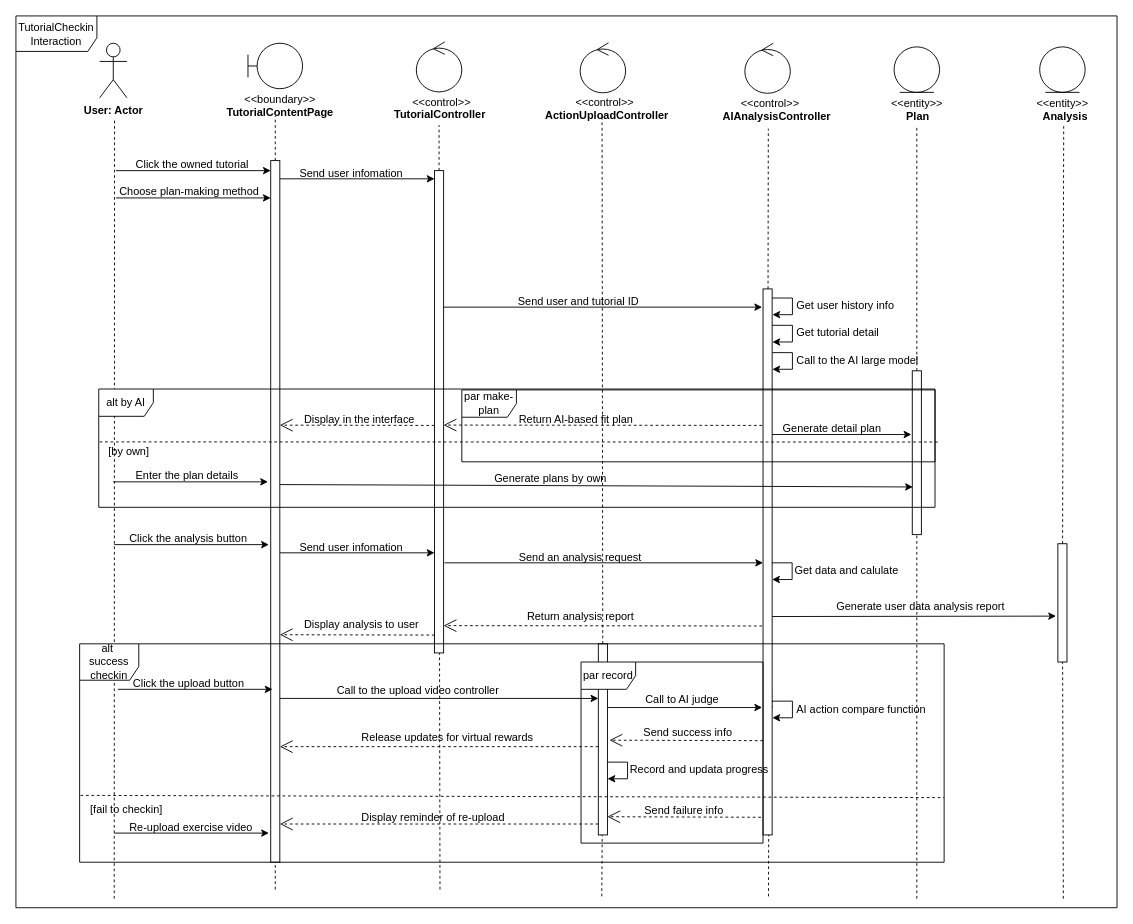
This is Assignment2/models/TutorialCheckinInteraction.drawio from JackinOFlove/System_Analysis_and_Design_TongjiSSE_2024Fall, a draw.io file, before an edit. Source tidied: cells renumbered, new cells numbered last; positions are measured from the earlier drawing's top-left corner, leaving out a move shared by most shapes. Both pictures are drawn from the tidied source at 91%, with x=0, y=0 at pixel (15, 15).
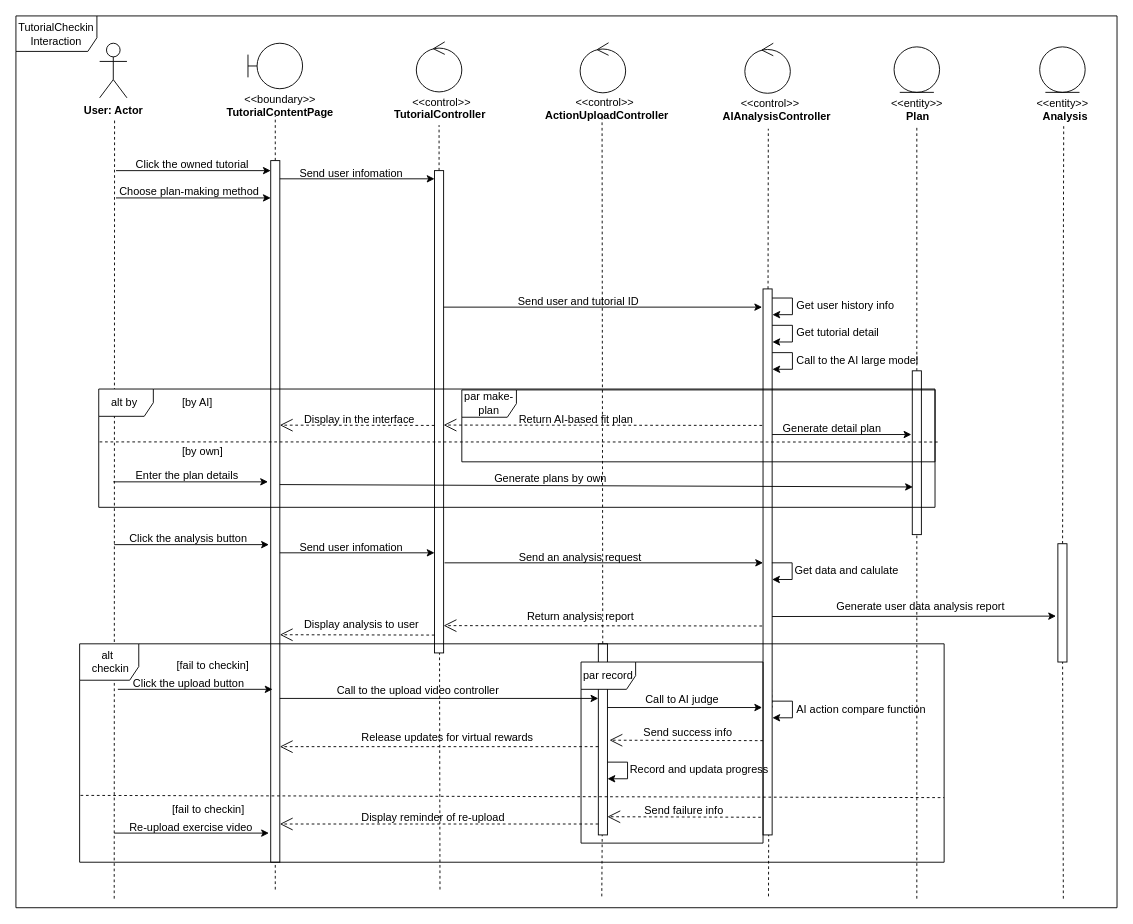
After the change.

The edit, as a diff of the source:
```diff
@@
     <mxCell id="48" value="&lt;div style=&quot;text-align: center;&quot;&gt;&lt;span style=&quot;font-weight: 400;&quot;&gt;[by own]&lt;/span&gt;&lt;/div&gt;" style="text;whiteSpace=wrap;html=1;fontStyle=1;fontSize=12;" parent="1" vertex="1">
-      <mxGeometry x="100" y="465" width="170" height="20" as="geometry" />
+      <mxGeometry x="181" y="465" width="170" height="20" as="geometry" />
     </mxCell>
@@
-    <mxCell id="52" value="alt by AI" style="shape=umlFrame;whiteSpace=wrap;html=1;" parent="1" vertex="1">
+    <mxCell id="52" value="alt by&amp;nbsp;" style="shape=umlFrame;whiteSpace=wrap;html=1;" parent="1" vertex="1">
       <mxGeometry x="91" y="410" width="919" height="130" as="geometry" />
     </mxCell>
@@
-    <mxCell id="96" value="alt&amp;nbsp;&lt;div&gt;success checkin&lt;/div&gt;" style="shape=umlFrame;whiteSpace=wrap;html=1;width=65;height=40;" parent="1" vertex="1">
+    <mxCell id="96" value="alt&amp;nbsp;&lt;div&gt;&amp;nbsp;checkin&lt;/div&gt;" style="shape=umlFrame;whiteSpace=wrap;html=1;width=65;height=40;" parent="1" vertex="1">
       <mxGeometry x="70" y="690" width="950" height="240" as="geometry" />
     </mxCell>
@@
     <mxCell id="98" value="&lt;div style=&quot;text-align: center;&quot;&gt;&lt;span style=&quot;font-weight: 400;&quot;&gt;[fail to checkin]&lt;/span&gt;&lt;/div&gt;" style="text;whiteSpace=wrap;html=1;fontStyle=1;fontSize=12;" parent="1" vertex="1">
-      <mxGeometry x="80" y="858" width="140" height="20" as="geometry" />
+      <mxGeometry x="170" y="858" width="140" height="20" as="geometry" />
     </mxCell>
@@
+    <mxCell id="102" value="&lt;div style=&quot;text-align: center;&quot;&gt;&lt;span style=&quot;font-weight: 400;&quot;&gt;[by AI]&lt;/span&gt;&lt;/div&gt;" style="text;whiteSpace=wrap;html=1;fontStyle=1;fontSize=12;" parent="1" vertex="1">
+      <mxGeometry x="181" y="411" width="170" height="20" as="geometry" />
+    </mxCell>
+    <mxCell id="103" value="&lt;div style=&quot;text-align: center;&quot;&gt;&lt;span style=&quot;font-weight: 400;&quot;&gt;[fail to checkin]&lt;/span&gt;&lt;/div&gt;" style="text;whiteSpace=wrap;html=1;fontStyle=1;fontSize=12;" parent="1" vertex="1">
+      <mxGeometry x="175" y="700" width="140" height="20" as="geometry" />
+    </mxCell>
```
